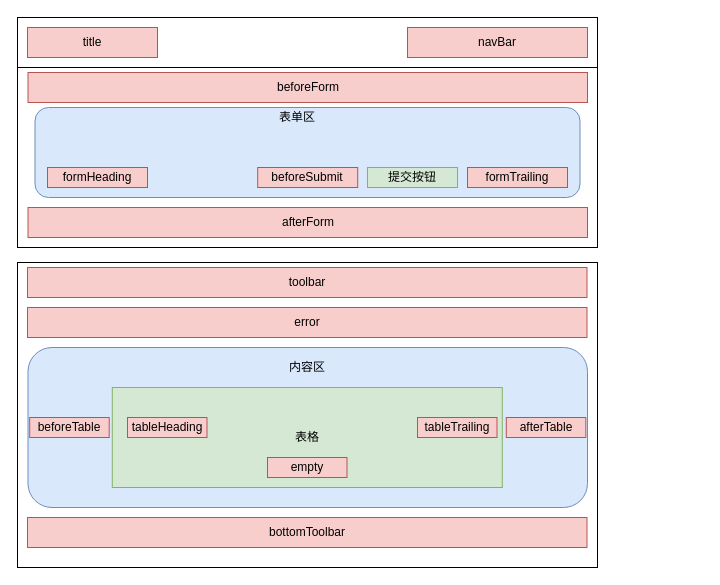
This is packages/doc/drawio/fat-table.drawio from wakeadmin/components, a draw.io file, before an edit. Source tidied: cells renumbered, new cells numbered last; positions are measured from the earlier drawing's top-left corner, leaving out a move shared by most shapes. Both pictures are drawn from the tidied source at 100%, with x=0, y=0 at pixel (17, 17).
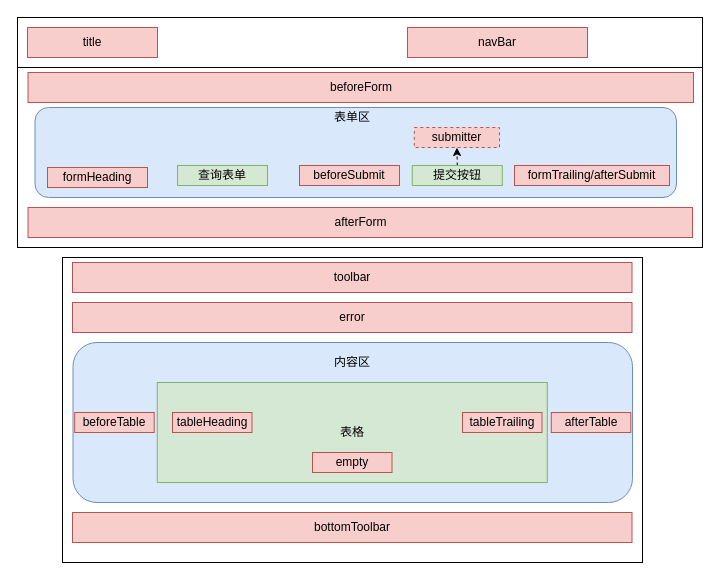
The same diagram, later.

Commit message (it also covers changes not shown here):
doc: 更新 fat-table 插槽

The edit, as a diff of the source:
```diff
@@
     <mxCell id="2" style="rounded=0;whiteSpace=wrap;html=1;" parent="1" vertex="1">
-      <mxGeometry width="580" height="230" as="geometry" />
+      <mxGeometry width="685" height="230" as="geometry" />
     </mxCell>
     <mxCell id="3" style="rounded=0;whiteSpace=wrap;html=1;" parent="1" vertex="1">
-      <mxGeometry width="580" height="50" as="geometry" />
+      <mxGeometry width="685" height="50" as="geometry" />
     </mxCell>
@@
     <mxCell id="6" style="rounded=1;whiteSpace=wrap;html=1;fillColor=#dae8fc;strokeColor=#6c8ebf;" parent="1" vertex="1">
-      <mxGeometry x="17.5" y="90" width="545" height="90" as="geometry" />
+      <mxGeometry x="17.5" y="90" width="641.5" height="90" as="geometry" />
     </mxCell>
     <mxCell id="7" value="beforeForm" style="rounded=0;whiteSpace=wrap;html=1;fillColor=#f8cecc;strokeColor=#b85450;" parent="1" vertex="1">
-      <mxGeometry x="10.5" y="55" width="559.5" height="30" as="geometry" />
+      <mxGeometry x="10.5" y="55" width="665.5" height="30" as="geometry" />
     </mxCell>
     <mxCell id="8" value="afterForm" style="rounded=0;whiteSpace=wrap;html=1;fillColor=#f8cecc;strokeColor=#b85450;" parent="1" vertex="1">
-      <mxGeometry x="10.5" y="190" width="559.5" height="30" as="geometry" />
+      <mxGeometry x="10.5" y="190" width="664.5" height="30" as="geometry" />
     </mxCell>
@@
-    <mxCell id="10" value="formTrailing" style="rounded=0;whiteSpace=wrap;html=1;fillColor=#f8cecc;strokeColor=#b85450;" parent="1" vertex="1">
-      <mxGeometry x="450" y="150" width="100" height="20" as="geometry" />
+    <mxCell id="10" value="formTrailing/afterSubmit" style="rounded=0;whiteSpace=wrap;html=1;fillColor=#f8cecc;strokeColor=#b85450;" parent="1" vertex="1">
+      <mxGeometry x="497" y="148" width="155" height="20" as="geometry" />
     </mxCell>
+    <mxCell id="26" style="edgeStyle=orthogonalEdgeStyle;rounded=0;jettySize=auto;html=1;exitX=0.5;exitY=0;exitDx=0;exitDy=0;entryX=0.5;entryY=1;entryDx=0;entryDy=0;dashed=1;" parent="1" edge="1" source="11" target="28">
+      <mxGeometry relative="1" as="geometry" />
+    </mxCell>
     <mxCell id="11" value="提交按钮" style="rounded=0;whiteSpace=wrap;html=1;fillColor=#d5e8d4;strokeColor=#82b366;" parent="1" vertex="1">
-      <mxGeometry x="350" y="150" width="90" height="20" as="geometry" />
+      <mxGeometry x="394.8" y="148" width="90" height="20" as="geometry" />
     </mxCell>
     <mxCell id="12" value="beforeSubmit" style="rounded=0;whiteSpace=wrap;html=1;fillColor=#f8cecc;strokeColor=#b85450;" parent="1" vertex="1">
-      <mxGeometry x="240.2" y="150" width="100" height="20" as="geometry" />
+      <mxGeometry x="282" y="148" width="100" height="20" as="geometry" />
     </mxCell>
     <mxCell id="13" style="rounded=0;whiteSpace=wrap;html=1;" parent="1" vertex="1">
-      <mxGeometry y="245" width="580" height="305" as="geometry" />
+      <mxGeometry x="45" y="240" width="580" height="305" as="geometry" />
     </mxCell>
     <mxCell id="14" value="toolbar" style="rounded=0;whiteSpace=wrap;html=1;fillColor=#f8cecc;strokeColor=#b85450;" parent="1" vertex="1">
-      <mxGeometry x="10" y="250" width="559.5" height="30" as="geometry" />
+      <mxGeometry x="55" y="245" width="559.5" height="30" as="geometry" />
     </mxCell>
     <mxCell id="15" value="error" style="rounded=0;whiteSpace=wrap;html=1;fillColor=#f8cecc;strokeColor=#b85450;" parent="1" vertex="1">
-      <mxGeometry x="10" y="290" width="559.5" height="30" as="geometry" />
+      <mxGeometry x="55" y="285" width="559.5" height="30" as="geometry" />
     </mxCell>
     <mxCell id="16" style="rounded=1;whiteSpace=wrap;html=1;fillColor=#dae8fc;strokeColor=#6c8ebf;" parent="1" vertex="1">
-      <mxGeometry x="10.5" y="330" width="559.5" height="160" as="geometry" />
+      <mxGeometry x="55.5" y="325" width="559.5" height="160" as="geometry" />
     </mxCell>
     <mxCell id="17" value="表格" style="rounded=0;whiteSpace=wrap;html=1;fillColor=#d5e8d4;strokeColor=#82b366;" parent="1" vertex="1">
-      <mxGeometry x="94.8" y="370" width="390" height="100" as="geometry" />
+      <mxGeometry x="139.8" y="365" width="390" height="100" as="geometry" />
     </mxCell>
     <mxCell id="18" value="内容区" style="text;html=1;strokeColor=none;fillColor=none;align=center;verticalAlign=middle;whiteSpace=wrap;rounded=0;" parent="1" vertex="1">
-      <mxGeometry x="270.2" y="340" width="40" height="20" as="geometry" />
+      <mxGeometry x="315.2" y="335" width="40" height="20" as="geometry" />
     </mxCell>
     <mxCell id="19" value="表单区" style="text;html=1;strokeColor=none;fillColor=none;align=center;verticalAlign=middle;whiteSpace=wrap;rounded=0;" parent="1" vertex="1">
-      <mxGeometry x="260" y="90" width="40" height="20" as="geometry" />
+      <mxGeometry x="315" y="90" width="40" height="20" as="geometry" />
     </mxCell>
     <mxCell id="20" value="beforeTable" style="rounded=0;whiteSpace=wrap;html=1;fillColor=#f8cecc;strokeColor=#b85450;" parent="1" vertex="1">
-      <mxGeometry x="12.2" y="400" width="79.5" height="20" as="geometry" />
+      <mxGeometry x="57.2" y="395" width="79.5" height="20" as="geometry" />
     </mxCell>
     <mxCell id="21" value="afterTable" style="rounded=0;whiteSpace=wrap;html=1;fillColor=#f8cecc;strokeColor=#b85450;" parent="1" vertex="1">
-      <mxGeometry x="488.8" y="400" width="79.5" height="20" as="geometry" />
+      <mxGeometry x="533.8" y="395" width="79.5" height="20" as="geometry" />
     </mxCell>
     <mxCell id="22" value="tableHeading" style="rounded=0;whiteSpace=wrap;html=1;fillColor=#f8cecc;strokeColor=#b85450;" parent="1" vertex="1">
-      <mxGeometry x="110" y="400" width="79.5" height="20" as="geometry" />
+      <mxGeometry x="155" y="395" width="79.5" height="20" as="geometry" />
     </mxCell>
     <mxCell id="23" value="tableTrailing" style="rounded=0;whiteSpace=wrap;html=1;fillColor=#f8cecc;strokeColor=#b85450;" parent="1" vertex="1">
-      <mxGeometry x="400" y="400" width="79.5" height="20" as="geometry" />
+      <mxGeometry x="445" y="395" width="79.5" height="20" as="geometry" />
     </mxCell>
     <mxCell id="24" value="empty" style="rounded=0;whiteSpace=wrap;html=1;fillColor=#f8cecc;strokeColor=#b85450;" parent="1" vertex="1">
-      <mxGeometry x="250" y="440" width="79.5" height="20" as="geometry" />
+      <mxGeometry x="295" y="435" width="79.5" height="20" as="geometry" />
     </mxCell>
     <mxCell id="25" value="bottomToolbar" style="rounded=0;whiteSpace=wrap;html=1;fillColor=#f8cecc;strokeColor=#b85450;" parent="1" vertex="1">
-      <mxGeometry x="10" y="500" width="559.5" height="30" as="geometry" />
+      <mxGeometry x="55" y="495" width="559.5" height="30" as="geometry" />
     </mxCell>
+    <mxCell id="27" value="查询表单" style="rounded=0;whiteSpace=wrap;html=1;fillColor=#d5e8d4;strokeColor=#82b366;" parent="1" vertex="1">
+      <mxGeometry x="160" y="148" width="90" height="20" as="geometry" />
+    </mxCell>
+    <mxCell id="28" value="submitter" style="rounded=0;whiteSpace=wrap;html=1;fillColor=#f8cecc;strokeColor=#b85450;dashed=1;" parent="1" vertex="1">
+      <mxGeometry x="396.8" y="110" width="85.2" height="20" as="geometry" />
+    </mxCell>
```
